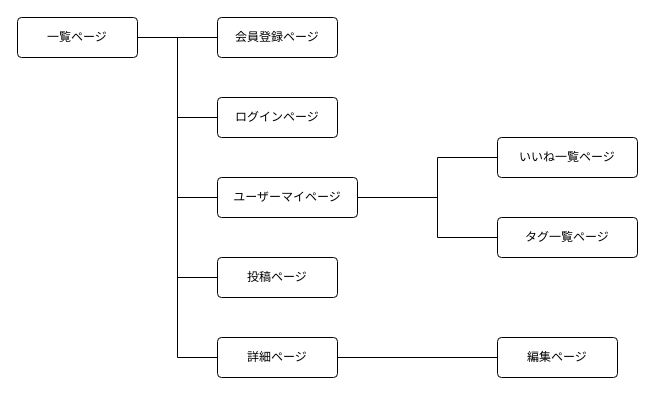
Above: screen_transition.dio in blue248/plant-photos (draw.io), before the change. Source tidied: cells renumbered, new cells numbered last; positions are measured from the earlier drawing's top-left corner, leaving out a move shared by most shapes. Both pictures are drawn from the tidied source at 100%, with x=0, y=0 at pixel (17, 17).
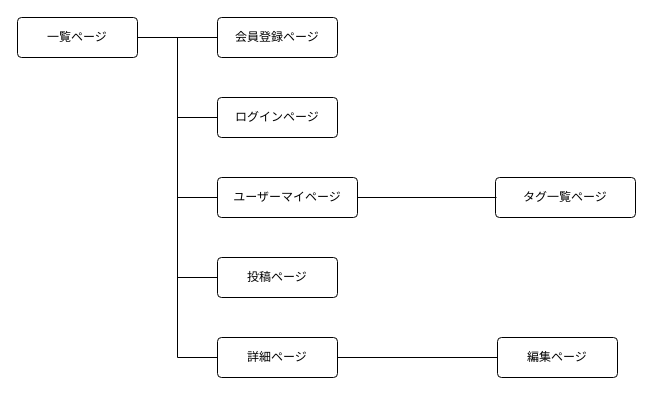
Above is the later version.

What changed in the source:
```diff
@@
-    <mxCell id="9" value="いいね一覧ページ" style="rounded=1;arcSize=10;whiteSpace=wrap;html=1;align=center;" parent="1" vertex="1">
-      <mxGeometry x="480" y="120" width="140" height="40" as="geometry" />
-    </mxCell>
     <mxCell id="10" value="タグ一覧ページ" style="rounded=1;arcSize=10;whiteSpace=wrap;html=1;align=center;" parent="1" vertex="1">
-      <mxGeometry x="480" y="200" width="140" height="40" as="geometry" />
+      <mxGeometry x="478" y="160" width="140" height="40" as="geometry" />
     </mxCell>
@@
     <mxCell id="18" style="line;strokeWidth=1;dashed=0;labelPosition=right;align=left;verticalAlign=middle;spacingTop=0;spacingLeft=6;" parent="1" vertex="1">
-      <mxGeometry x="340" y="175" width="80" height="10" as="geometry" />
+      <mxGeometry x="340" y="175" width="139" height="10" as="geometry" />
     </mxCell>
-    <mxCell id="19" style="line;strokeWidth=1;dashed=0;labelPosition=right;align=left;verticalAlign=middle;spacingTop=0;spacingLeft=6;" parent="1" vertex="1">
-      <mxGeometry x="420" y="215" width="60" height="10" as="geometry" />
-    </mxCell>
-    <mxCell id="20" style="line;strokeWidth=1;dashed=0;labelPosition=right;align=left;verticalAlign=middle;spacingTop=0;spacingLeft=6;" parent="1" vertex="1">
-      <mxGeometry x="420" y="135" width="60" height="10" as="geometry" />
-    </mxCell>
-    <mxCell id="21" style="line;strokeWidth=1;dashed=0;labelPosition=right;align=left;verticalAlign=middle;spacingTop=0;spacingLeft=6;direction=south;" parent="1" vertex="1">
-      <mxGeometry x="415" y="140" width="10" height="80" as="geometry" />
-    </mxCell>
```
